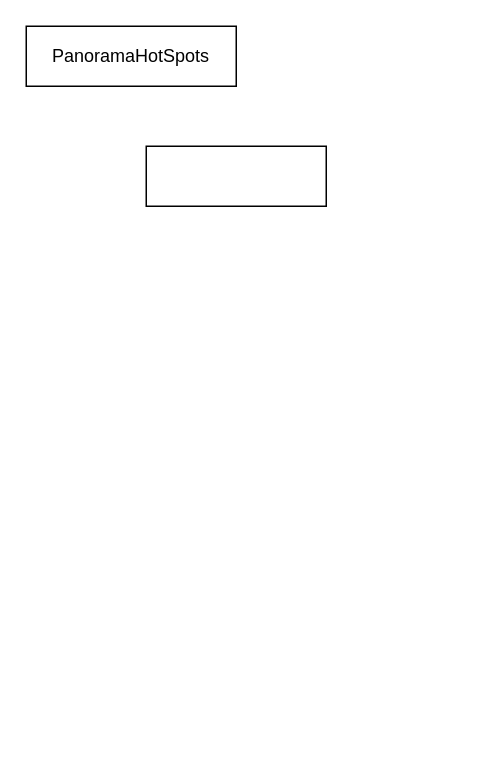
This is Untitled Diagram.drawio from tom2drum/dendogram, a draw.io file, before an edit. Source tidied: cells renumbered, new cells numbered last; positions are measured from the earlier drawing's top-left corner, leaving out a move shared by most shapes. Both pictures are drawn from the tidied source at 150%, with x=0, y=0 at pixel (26, 26).
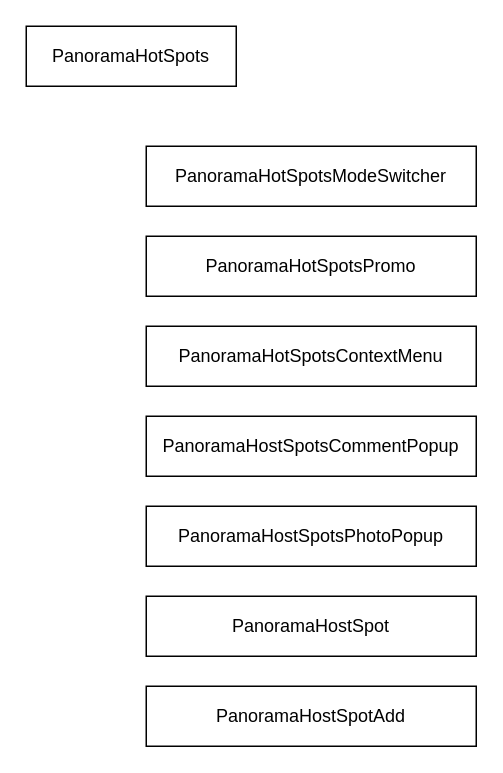
The same diagram, later.

What changed in the source:
```diff
@@
 <mxGraphModel>
   <root>
     <mxCell id="0" />
     <mxCell id="1" parent="0" />
     <mxCell id="2" value="PanoramaHotSpots" style="rounded=0;whiteSpace=wrap;html=1;" parent="1" vertex="1">
       <mxGeometry width="140" height="40" as="geometry" />
     </mxCell>
-    <mxCell id="3" style="rounded=0;whiteSpace=wrap;html=1;" parent="1" vertex="1">
-      <mxGeometry x="80" y="80" width="120" height="40" as="geometry" />
+    <mxCell id="3" value="PanoramaHotSpotsModeSwitcher" style="rounded=0;whiteSpace=wrap;html=1;" parent="1" vertex="1">
+      <mxGeometry x="80" y="80" width="220" height="40" as="geometry" />
     </mxCell>
+    <mxCell id="4" value="PanoramaHotSpotsPromo" style="rounded=0;whiteSpace=wrap;html=1;" parent="1" vertex="1">
+      <mxGeometry x="80" y="140" width="220" height="40" as="geometry" />
+    </mxCell>
+    <mxCell id="5" value="PanoramaHotSpotsContextMenu" style="rounded=0;whiteSpace=wrap;html=1;" parent="1" vertex="1">
+      <mxGeometry x="80" y="200" width="220" height="40" as="geometry" />
+    </mxCell>
+    <mxCell id="6" value="PanoramaHostSpotsCommentPopup" style="rounded=0;whiteSpace=wrap;html=1;" parent="1" vertex="1">
+      <mxGeometry x="80" y="260" width="220" height="40" as="geometry" />
+    </mxCell>
+    <mxCell id="7" value="PanoramaHostSpotsPhotoPopup" style="rounded=0;whiteSpace=wrap;html=1;" parent="1" vertex="1">
+      <mxGeometry x="80" y="320" width="220" height="40" as="geometry" />
+    </mxCell>
+    <mxCell id="8" value="PanoramaHostSpot" style="rounded=0;whiteSpace=wrap;html=1;" parent="1" vertex="1">
+      <mxGeometry x="80" y="380" width="220" height="40" as="geometry" />
+    </mxCell>
+    <mxCell id="9" value="PanoramaHostSpotAdd" style="rounded=0;whiteSpace=wrap;html=1;" parent="1" vertex="1">
+      <mxGeometry x="80" y="440" width="220" height="40" as="geometry" />
+    </mxCell>
   </root>
 </mxGraphModel>
```
